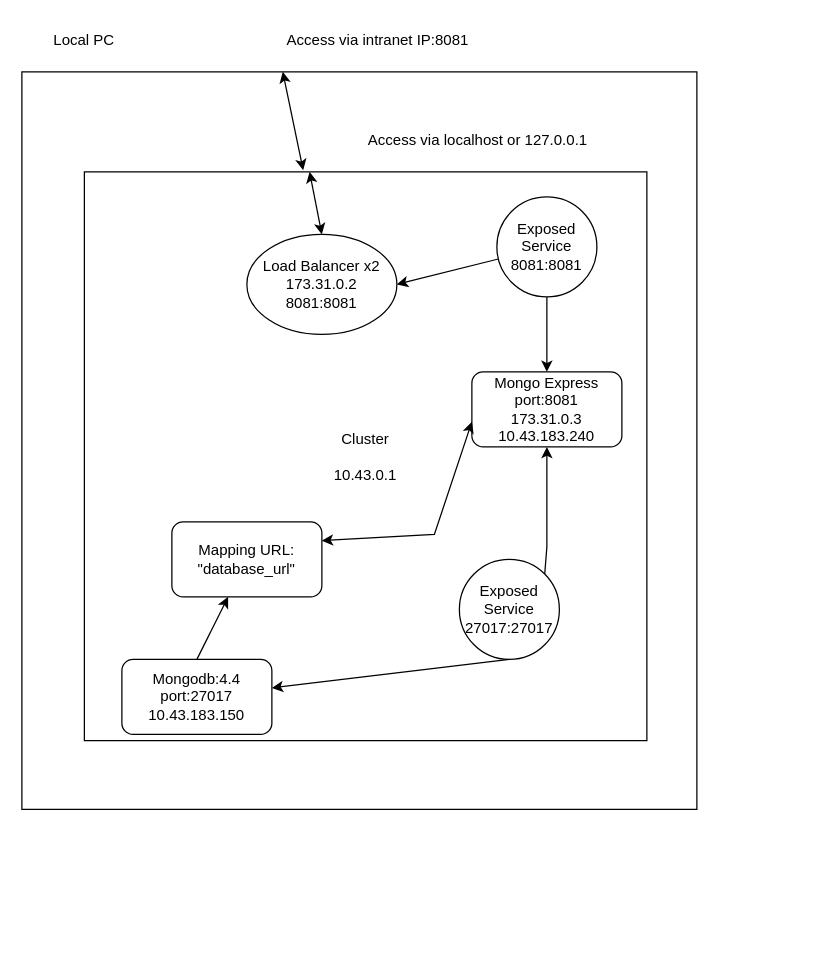
This is Untitled Diagram.drawio from kura-labs-org/K8s_ASGMT, a draw.io file, before an edit. Source tidied: cells renumbered, new cells numbered last; positions are measured from the earlier drawing's top-left corner, leaving out a move shared by most shapes. Both pictures are drawn from the tidied source at 125%, with x=0, y=0 at pixel (21, 21).
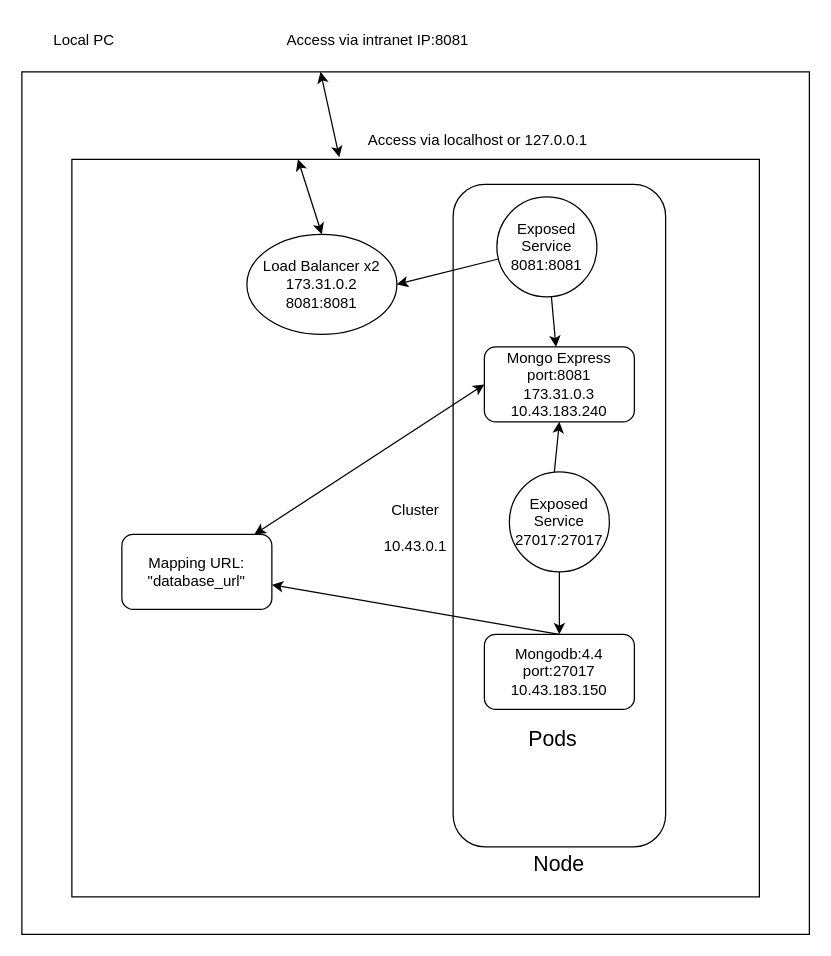
The same page after the edit.

Commit message (it also covers changes not shown here):
Network Topology

What changed in the source:
```diff
@@
     <mxCell id="2" style="rounded=0;whiteSpace=wrap;html=1;" parent="1" vertex="1">
-      <mxGeometry y="40" width="540" height="590" as="geometry" />
+      <mxGeometry y="40" width="630" height="690" as="geometry" />
     </mxCell>
+    <mxCell id="4" value="Cluster&lt;br&gt;&lt;br&gt;10.43.0.1" style="rounded=0;whiteSpace=wrap;html=1;fillColor=none;" parent="1" vertex="1">
+      <mxGeometry x="40" y="110" width="550" height="590" as="geometry" />
+    </mxCell>
@@
-    <mxCell id="4" value="Cluster&lt;br&gt;&lt;br&gt;10.43.0.1" style="rounded=0;whiteSpace=wrap;html=1;" parent="1" vertex="1">
-      <mxGeometry x="50" y="120" width="450" height="455" as="geometry" />
-    </mxCell>
@@
     <mxCell id="7" value="Mongo Express&lt;br&gt;port:8081&lt;br&gt;173.31.0.3&lt;br&gt;10.43.183.240" style="rounded=1;whiteSpace=wrap;html=1;" parent="1" vertex="1">
-      <mxGeometry x="360" y="280" width="120" height="60" as="geometry" />
+      <mxGeometry x="370" y="260" width="120" height="60" as="geometry" />
     </mxCell>
@@
     <mxCell id="10" value="Mongodb:4.4&lt;br&gt;port:27017&lt;br&gt;10.43.183.150" style="rounded=1;whiteSpace=wrap;html=1;" parent="1" vertex="1">
-      <mxGeometry x="80" y="510" width="120" height="60" as="geometry" />
+      <mxGeometry x="370" y="490" width="120" height="60" as="geometry" />
     </mxCell>
@@
     <mxCell id="12" value="Exposed Service&lt;br&gt;27017:27017" style="ellipse;whiteSpace=wrap;html=1;" parent="1" vertex="1">
-      <mxGeometry x="350" y="430" width="80" height="80" as="geometry" />
+      <mxGeometry x="390" y="360" width="80" height="80" as="geometry" />
     </mxCell>
@@
     <mxCell id="15" value="Mapping URL:&lt;br&gt;&quot;database_url&quot;" style="rounded=1;whiteSpace=wrap;html=1;" parent="1" vertex="1">
-      <mxGeometry x="120" y="400" width="120" height="60" as="geometry" />
+      <mxGeometry x="80" y="410" width="120" height="60" as="geometry" />
     </mxCell>
-    <mxCell id="16" style="endArrow=classic;startArrow=classic;html=1;rounded=0;exitX=1;exitY=0.25;exitDx=0;exitDy=0;" parent="1" edge="1" source="15">
-      <mxGeometry relative="1" as="geometry">
-        <mxPoint x="360" y="320" as="targetPoint" />
-        <Array as="points">
-          <mxPoint x="330" y="410" />
-        </Array>
-      </mxGeometry>
-    </mxCell>
+    <mxCell id="21" style="rounded=1;whiteSpace=wrap;html=1;fillColor=none;" parent="1" vertex="1">
+      <mxGeometry x="345" y="130" width="170" height="530" as="geometry" />
+    </mxCell>
@@
+    <mxCell id="22" value="&lt;font style=&quot;font-size: 17px&quot;&gt;Pods&lt;/font&gt;" style="text;html=1;strokeColor=none;fillColor=none;align=center;verticalAlign=middle;whiteSpace=wrap;rounded=0;" parent="1" vertex="1">
+      <mxGeometry x="380" y="560" width="90" height="30" as="geometry" />
+    </mxCell>
+    <mxCell id="23" value="Node" style="text;html=1;strokeColor=none;fillColor=none;align=center;verticalAlign=middle;whiteSpace=wrap;rounded=0;fontSize=17;" parent="1" vertex="1">
+      <mxGeometry x="400" y="660" width="60" height="30" as="geometry" />
+    </mxCell>
+    <mxCell id="24" style="endArrow=classic;startArrow=classic;html=1;rounded=0;fontSize=17;entryX=0.147;entryY=0.302;entryDx=0;entryDy=0;entryPerimeter=0;" parent="1" edge="1" source="15" target="21">
+      <mxGeometry relative="1" as="geometry" />
+    </mxCell>
```
